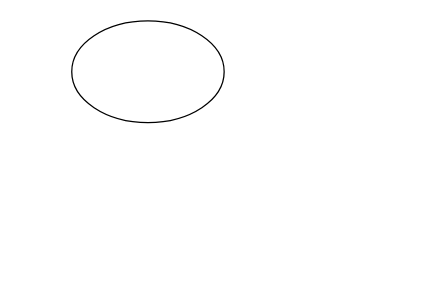
Before: Untitled Diagram.drawio in ProArun/android, a draw.io diagram. Source tidied: cells renumbered, new cells numbered last; positions are measured from the earlier drawing's top-left corner, leaving out a move shared by most shapes. Both pictures are drawn from the tidied source at 127%, with x=0, y=0 at pixel (71, 20).
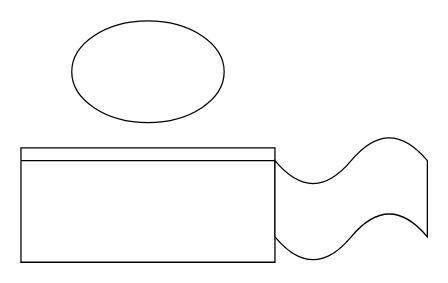
The same page after the edit.

The edit, as a diff of the source:
```diff
@@
 <mxGraphModel>
   <root>
     <mxCell id="0" />
     <mxCell id="1" parent="0" />
     <mxCell id="2" style="ellipse;whiteSpace=wrap;html=1;" parent="1" vertex="1">
       <mxGeometry width="120" height="80" as="geometry" />
     </mxCell>
+    <mxCell id="3" style="swimlane;startSize=10;" parent="1" vertex="1">
+      <mxGeometry x="-40" y="100" width="200" height="90" as="geometry" />
+    </mxCell>
+    <mxCell id="4" style="shape=tape;whiteSpace=wrap;html=1;" parent="1" vertex="1">
+      <mxGeometry x="160" y="90" width="120" height="100" as="geometry" />
+    </mxCell>
   </root>
 </mxGraphModel>
```
